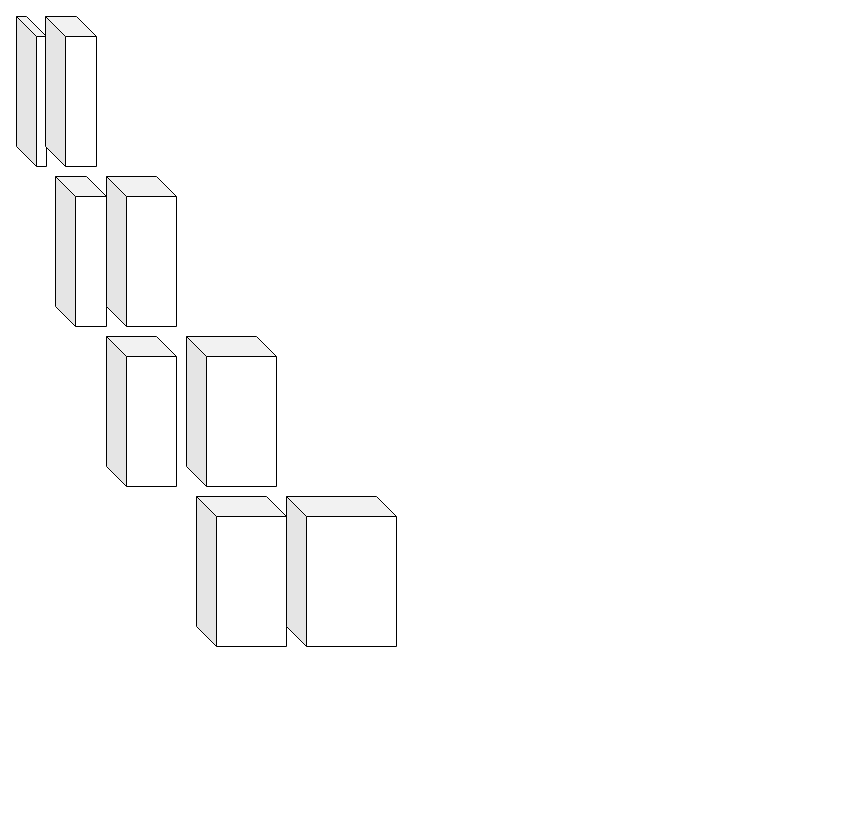
The draw.io diagram 제목 없는 다이어그램.drawio in accucim/vimgolf, before the edit. Source tidied: cells renumbered, new cells numbered last; positions are measured from the earlier drawing's top-left corner, leaving out a move shared by most shapes. Both pictures are drawn from the tidied source at 100%, with x=0, y=0 at pixel (16, 16).
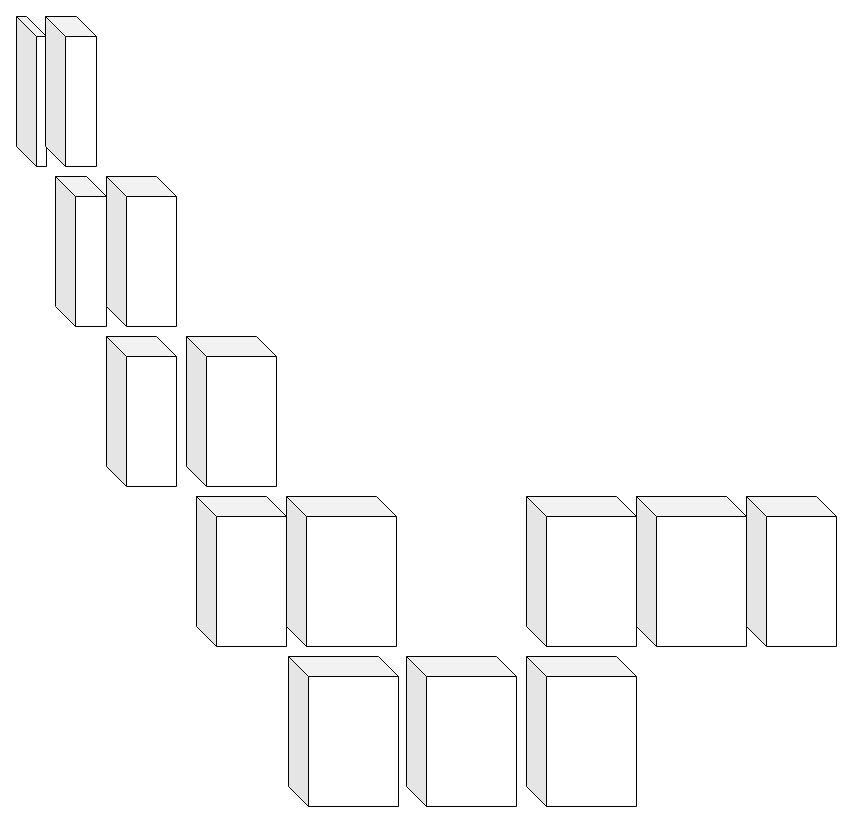
After the change.

Diff of the diagram source:
```diff
@@
 <mxGraphModel>
   <root>
     <mxCell id="0" />
     <mxCell id="1" parent="0" />
     <mxCell id="2" style="shape=cube;whiteSpace=wrap;html=1;boundedLbl=1;backgroundOutline=1;darkOpacity=0.05;darkOpacity2=0.1;" parent="1" vertex="1">
       <mxGeometry width="30" height="150" as="geometry" />
     </mxCell>
     <mxCell id="3" style="shape=cube;whiteSpace=wrap;html=1;boundedLbl=1;backgroundOutline=1;darkOpacity=0.05;darkOpacity2=0.1;" parent="1" vertex="1">
       <mxGeometry x="29" width="51" height="150" as="geometry" />
     </mxCell>
     <mxCell id="4" style="shape=cube;whiteSpace=wrap;html=1;boundedLbl=1;backgroundOutline=1;darkOpacity=0.05;darkOpacity2=0.1;" parent="1" vertex="1">
       <mxGeometry x="39" y="160" width="51" height="150" as="geometry" />
     </mxCell>
     <mxCell id="5" style="shape=cube;whiteSpace=wrap;html=1;boundedLbl=1;backgroundOutline=1;darkOpacity=0.05;darkOpacity2=0.1;" parent="1" vertex="1">
       <mxGeometry x="90" y="160" width="70" height="150" as="geometry" />
     </mxCell>
     <mxCell id="6" style="shape=cube;whiteSpace=wrap;html=1;boundedLbl=1;backgroundOutline=1;darkOpacity=0.05;darkOpacity2=0.1;" parent="1" vertex="1">
       <mxGeometry x="90" y="320" width="70" height="150" as="geometry" />
     </mxCell>
     <mxCell id="7" style="shape=cube;whiteSpace=wrap;html=1;boundedLbl=1;backgroundOutline=1;darkOpacity=0.05;darkOpacity2=0.1;" parent="1" vertex="1">
       <mxGeometry x="170" y="320" width="90" height="150" as="geometry" />
     </mxCell>
     <mxCell id="8" style="shape=cube;whiteSpace=wrap;html=1;boundedLbl=1;backgroundOutline=1;darkOpacity=0.05;darkOpacity2=0.1;" parent="1" vertex="1">
       <mxGeometry x="180" y="480" width="90" height="150" as="geometry" />
     </mxCell>
     <mxCell id="9" style="shape=cube;whiteSpace=wrap;html=1;boundedLbl=1;backgroundOutline=1;darkOpacity=0.05;darkOpacity2=0.1;" parent="1" vertex="1">
       <mxGeometry x="270" y="480" width="110" height="150" as="geometry" />
     </mxCell>
+    <mxCell id="10" style="shape=cube;whiteSpace=wrap;html=1;boundedLbl=1;backgroundOutline=1;darkOpacity=0.05;darkOpacity2=0.1;" parent="1" vertex="1">
+      <mxGeometry x="272" y="640" width="110" height="150" as="geometry" />
+    </mxCell>
+    <mxCell id="11" style="shape=cube;whiteSpace=wrap;html=1;boundedLbl=1;backgroundOutline=1;darkOpacity=0.05;darkOpacity2=0.1;" parent="1" vertex="1">
+      <mxGeometry x="390" y="640" width="110" height="150" as="geometry" />
+    </mxCell>
+    <mxCell id="12" style="shape=cube;whiteSpace=wrap;html=1;boundedLbl=1;backgroundOutline=1;darkOpacity=0.05;darkOpacity2=0.1;" parent="1" vertex="1">
+      <mxGeometry x="510" y="640" width="110" height="150" as="geometry" />
+    </mxCell>
+    <mxCell id="13" style="shape=cube;whiteSpace=wrap;html=1;boundedLbl=1;backgroundOutline=1;darkOpacity=0.05;darkOpacity2=0.1;" parent="1" vertex="1">
+      <mxGeometry x="730" y="480" width="90" height="150" as="geometry" />
+    </mxCell>
+    <mxCell id="14" style="shape=cube;whiteSpace=wrap;html=1;boundedLbl=1;backgroundOutline=1;darkOpacity=0.05;darkOpacity2=0.1;" parent="1" vertex="1">
+      <mxGeometry x="620" y="480" width="110" height="150" as="geometry" />
+    </mxCell>
+    <mxCell id="15" style="shape=cube;whiteSpace=wrap;html=1;boundedLbl=1;backgroundOutline=1;darkOpacity=0.05;darkOpacity2=0.1;" parent="1" vertex="1">
+      <mxGeometry x="510" y="480" width="110" height="150" as="geometry" />
+    </mxCell>
   </root>
 </mxGraphModel>
```
